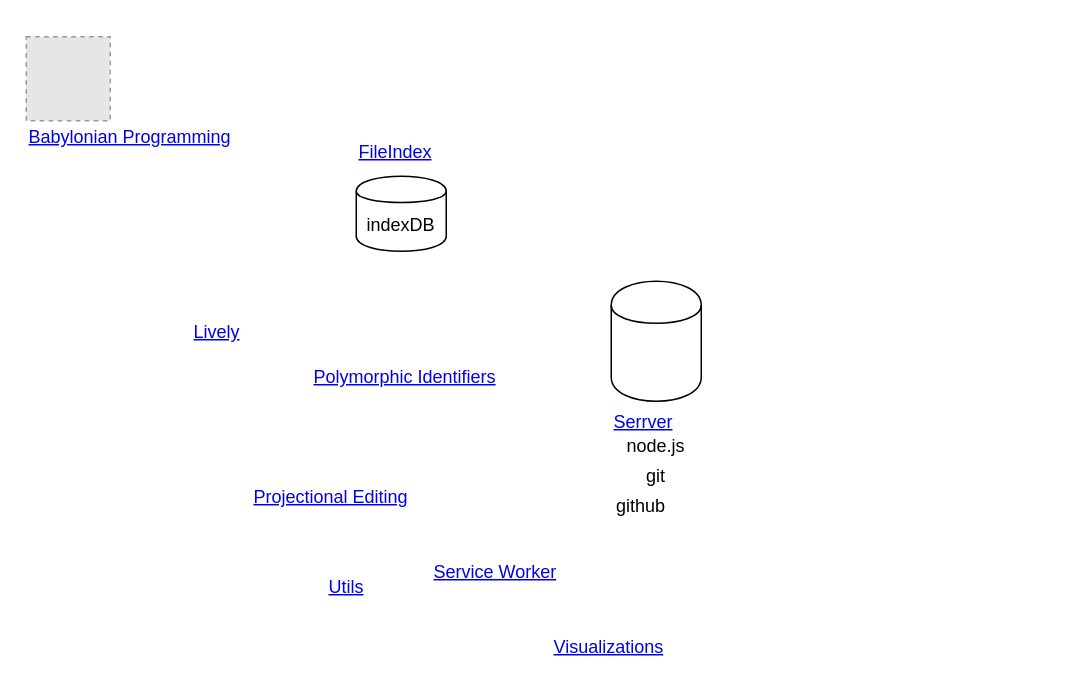
The draw.io diagram doc/architecture/architecture.drawio in LivelyKernel/lively4-core, before the edit. Source tidied: cells renumbered, new cells numbered last; positions are measured from the earlier drawing's top-left corner, leaving out a move shared by most shapes. Both pictures are drawn from the tidied source at 150%, with x=0, y=0 at pixel (26, 36). Pictures stored in the file or linked from it are replaced by grey dashed boxes.
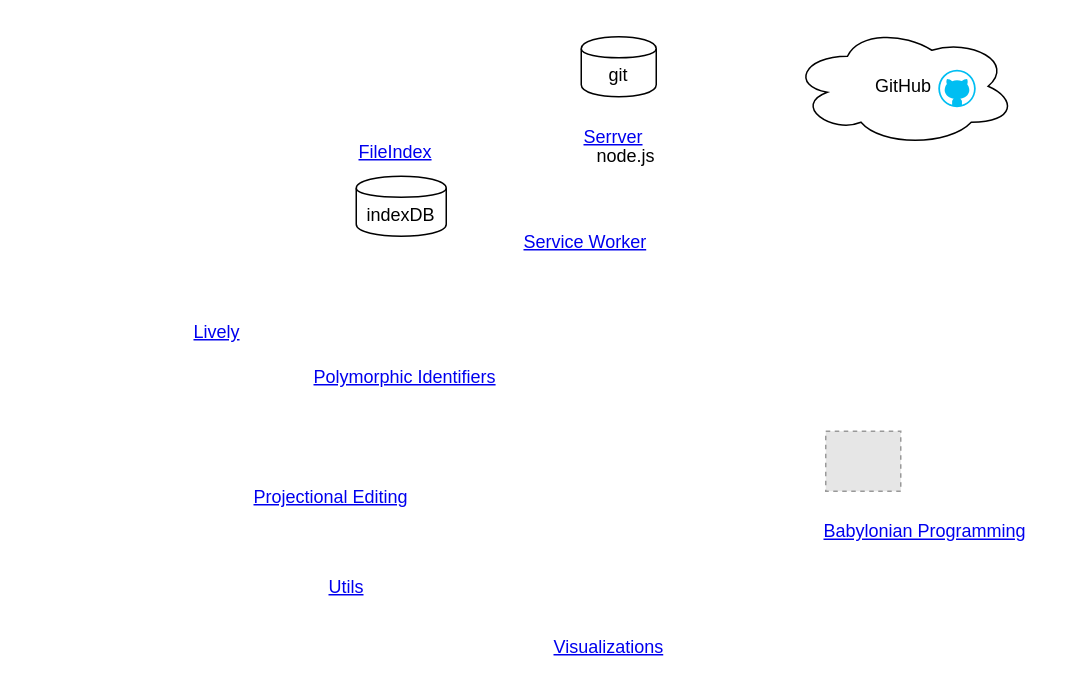
The same page after the edit.

What changed in the source:
```diff
@@
 <mxGraphModel background="#ffffff">
   <root>
     <mxCell id="0" />
     <mxCell id="1" parent="0" />
     <mxCell id="2" value="&lt;a href=&quot;babylonian-programming.md&quot;&gt;Babylonian Programming&lt;/a&gt;" style="text;html=1;" parent="1" vertex="1">
-      <mxGeometry y="53" width="160" height="30" as="geometry" />
+      <mxGeometry x="530" y="316" width="150" height="20" as="geometry" />
     </mxCell>
     <mxCell id="3" value="&lt;a href=&quot;fileindex.md&quot;&gt;FileIndex&lt;/a&gt;" style="text;html=1;" parent="1" vertex="1">
-      <mxGeometry x="220" y="63" width="90" height="30" as="geometry" />
+      <mxGeometry x="220" y="63" width="60" height="20" as="geometry" />
     </mxCell>
     <mxCell id="4" value="indexDB" style="shape=cylinder;whiteSpace=wrap;html=1;boundedLbl=1;backgroundOutline=1;" parent="1" vertex="1">
-      <mxGeometry x="220" y="93" width="60" height="50" as="geometry" />
+      <mxGeometry x="220" y="93" width="60" height="40" as="geometry" />
     </mxCell>
     <mxCell id="5" style="fillColor=#E6E6E6;strokeColor=#999999;dashed=1;verticalLabelPosition=bottom;labelBackgroundColor=#ffffff;verticalAlign=top;" parent="1" vertex="1">
-      <mxGeometry width="56" height="56" as="geometry" />
+      <mxGeometry x="533" y="263" width="50" height="40" as="geometry" />
     </mxCell>
     <mxCell id="6" value="&lt;a href=&quot;lively.md&quot;&gt;Lively&lt;/a&gt;" style="text;html=1;" parent="1" vertex="1">
-      <mxGeometry x="110" y="183" width="70" height="30" as="geometry" />
+      <mxGeometry x="110" y="183" width="50" height="20" as="geometry" />
     </mxCell>
     <mxCell id="7" value="&lt;a href=&quot;polymorphic-identifiers.md&quot;&gt;Polymorphic Identifiers&lt;/a&gt;" style="text;html=1;" parent="1" vertex="1">
-      <mxGeometry x="190" y="213" width="170" height="30" as="geometry" />
+      <mxGeometry x="190" y="213" width="140" height="20" as="geometry" />
     </mxCell>
     <mxCell id="8" value="&lt;a href=&quot;server.md&quot;&gt;Serrver&lt;/a&gt;" style="text;html=1;" parent="1" vertex="1">
-      <mxGeometry x="390" y="243" width="80" height="30" as="geometry" />
+      <mxGeometry x="370" y="53" width="50" height="20" as="geometry" />
     </mxCell>
-    <mxCell id="9" style="shape=cylinder;whiteSpace=wrap;html=1;boundedLbl=1;backgroundOutline=1;" parent="1" vertex="1">
-      <mxGeometry x="390" y="163" width="60" height="80" as="geometry" />
+    <mxCell id="9" value="git" style="shape=cylinder;whiteSpace=wrap;html=1;boundedLbl=1;backgroundOutline=1;" parent="1" vertex="1">
+      <mxGeometry x="370" width="50" height="40" as="geometry" />
     </mxCell>
     <mxCell id="10" value="node.js" style="text;html=1;strokeColor=none;fillColor=none;align=center;verticalAlign=middle;whiteSpace=wrap;rounded=0;" parent="1" vertex="1">
-      <mxGeometry x="400" y="262.6" width="40" height="20" as="geometry" />
+      <mxGeometry x="380" y="72.6" width="40" height="14" as="geometry" />
     </mxCell>
-    <mxCell id="11" value="git" style="text;html=1;strokeColor=none;fillColor=none;align=center;verticalAlign=middle;whiteSpace=wrap;rounded=0;" parent="1" vertex="1">
-      <mxGeometry x="400" y="282.6" width="40" height="20" as="geometry" />
-    </mxCell>
-    <mxCell id="12" value="github" style="text;html=1;strokeColor=none;fillColor=none;align=center;verticalAlign=middle;whiteSpace=wrap;rounded=0;" parent="1" vertex="1">
-      <mxGeometry x="390" y="302.6" width="40" height="20" as="geometry" />
-    </mxCell>
     <mxCell id="13" value="&lt;a href=&quot;swx.md&quot;&gt;Service Worker&lt;/a&gt;" style="text;html=1;" parent="1" vertex="1">
-      <mxGeometry x="270" y="343" width="70" height="30" as="geometry" />
+      <mxGeometry x="330" y="123" width="100" height="20" as="geometry" />
     </mxCell>
     <mxCell id="14" value="&lt;a href=&quot;projectional-editing.md&quot;&gt;Projectional Editing&lt;/a&gt;" style="text;html=1;" parent="1" vertex="1">
-      <mxGeometry x="150" y="293" width="150" height="30" as="geometry" />
+      <mxGeometry x="150" y="293" width="120" height="20" as="geometry" />
     </mxCell>
     <mxCell id="15" value="&lt;a href=&quot;utils.md&quot;&gt;Utils&lt;/a&gt;" style="text;html=1;" parent="1" vertex="1">
-      <mxGeometry x="200" y="353" width="70" height="30" as="geometry" />
+      <mxGeometry x="200" y="353" width="40" height="20" as="geometry" />
     </mxCell>
     <mxCell id="16" value="&lt;a href=&quot;visualizations.md&quot;&gt;Visualizations&lt;/a&gt;" style="text;html=1;" parent="1" vertex="1">
-      <mxGeometry x="350" y="393" width="120" height="30" as="geometry" />
+      <mxGeometry x="350" y="393" width="90" height="20" as="geometry" />
     </mxCell>
+    <mxCell id="17" style="group;" parent="1" vertex="1">
+      <mxGeometry x="510" y="-7" width="150" height="80" as="geometry" />
+    </mxCell>
+    <mxCell id="18" value="GitHub" style="ellipse;shape=cloud;whiteSpace=wrap;html=1;" parent="17" vertex="1">
+      <mxGeometry width="150" height="80" as="geometry" />
+    </mxCell>
+    <mxCell id="19" style="verticalLabelPosition=bottom;html=1;verticalAlign=top;align=center;strokeColor=none;fillColor=#00BEF2;shape=mxgraph.azure.github_code;" parent="17" vertex="1">
+      <mxGeometry x="98" y="29" width="25" height="25" as="geometry" />
+    </mxCell>
   </root>
 </mxGraphModel>
```
